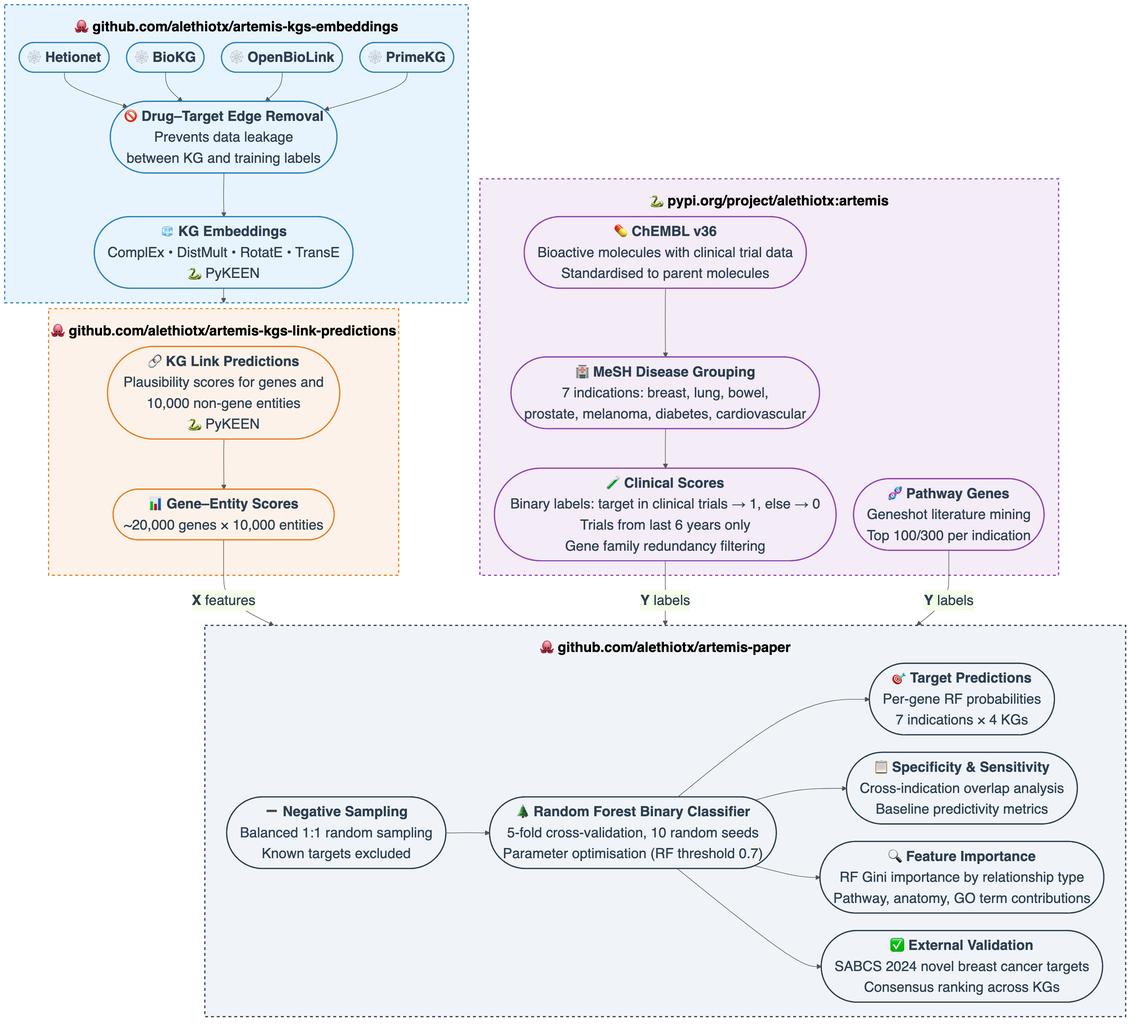
The Mermaid diagram workflow_figure.png in alethiotx/artemis-paper, before a commit. Its source is kept beside it as workflow_figure.mmd.
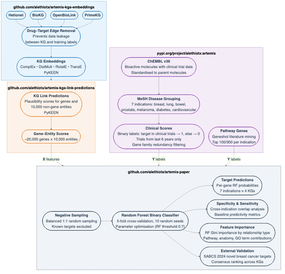
Above is the later version.

Commit message:
Update workflow figure files for improved clarity and consistency in visual representation

The edit, as a diff of the source:
```diff
@@ -2,36 +2,36 @@
 
 graph TD
 
-    subgraph EMBEDDINGS ["🐙 <b>github.com/alethiotx/artemis-kgs-embeddings</b>"]
-    KG1(["🕸️ <b>Hetionet</b>"])
-    KG2(["🕸️ <b>BioKG</b>"])
-    KG3(["🕸️ <b>OpenBioLink</b>"])
-    KG4(["🕸️ <b>PrimeKG</b>"])
-    LEAK(["🚫 <b>Drug–Target Edge Removal</b><br/>Prevents data leakage<br/>between KG and training labels"])
-    EMB(["🧊 <b>KG Embeddings</b><br/>ComplEx • DistMult • RotatE • TransE<br/>🐍 PyKEEN"])
+    subgraph EMBEDDINGS ["<b>github.com/alethiotx/artemis-kgs-embeddings</b>"]
+    KG1(["<b>Hetionet</b>"])
+    KG2(["<b>BioKG</b>"])
+    KG3(["<b>OpenBioLink</b>"])
+    KG4(["<b>PrimeKG</b>"])
+    LEAK(["<b>Drug–Target Edge Removal</b><br/>Prevents data leakage<br/>between KG and training labels"])
+    EMB(["<b>KG Embeddings</b><br/>ComplEx • DistMult • RotatE • TransE<br/>PyKEEN"])
     end
 
-    subgraph LINKPRED ["🐙 <b>github.com/alethiotx/artemis-kgs-link-predictions</b>"]
-    LP(["🔗 <b>KG Link Predictions</b><br/>Plausibility scores for genes and <br/>10,000 non-gene entities<br/>🐍 PyKEEN"])
+    subgraph LINKPRED ["<b>github.com/alethiotx/artemis-kgs-link-predictions</b>"]
+    LP(["<b>KG Link Predictions</b><br/>Plausibility scores for genes and <br/>10,000 non-gene entities<br/>PyKEEN"])
 
-    MATRIX(["📊 <b>Gene–Entity Scores</b><br/>~20,000 genes × 10,000 entities"])
+    MATRIX(["<b>Gene–Entity Scores</b><br/>~20,000 genes × 10,000 entities"])
     end
 
-    subgraph ALETHIOTX ["🐍 <b>pypi.org/project/alethiotx:artemis</b>"]
-    CHEMBL(["💊 <b>ChEMBL v36</b><br/>Bioactive molecules with clinical trial data<br/>Standardised to parent molecules"])
-    MESH(["🏥 <b>MeSH Disease Grouping</b><br/>7 indications: breast, lung, bowel,<br/>prostate, melanoma, diabetes, cardiovascular"])
-    CLIN(["🧪 <b>Clinical Scores</b><br/>Binary labels: target in clinical trials → 1, else → 0<br/>Trials from last 6 years only<br/>Gene family redundancy filtering"])
-    PATH(["🧬 <b>Pathway Genes</b><br/>Geneshot literature mining<br/>Top 100/300 per indication"])
+    subgraph ALETHIOTX ["<b>pypi.org/project/alethiotx:artemis</b>"]
+    CHEMBL(["<b>ChEMBL v36</b><br/>Bioactive molecules with clinical trial data<br/>Standardised to parent molecules"])
+    MESH(["<b>MeSH Disease Grouping</b><br/>7 indications: breast, lung, bowel,<br/>prostate, melanoma, diabetes, cardiovascular"])
+    CLIN(["<b>Clinical Scores</b><br/>Binary labels: target in clinical trials → 1, else → 0<br/>Trials from last 6 years only<br/>Gene family redundancy filtering"])
+    PATH(["<b>Pathway Genes</b><br/>Geneshot literature mining<br/>Top 100/300 per indication"])
     end
 
-    subgraph PAPER ["🐙 <b>github.com/alethiotx/artemis-paper</b>"]
-    NEG(["➖ <b>Negative Sampling</b><br/>Balanced 1:1 random sampling<br/>Known targets excluded"])
-    MODEL(["🌲 <b>Random Forest Binary Classifier</b><br/>5-fold cross-validation, 10 random seeds<br/>Parameter optimisation (RF threshold 0.7)"])
+    subgraph PAPER ["<b>github.com/alethiotx/artemis-paper</b>"]
+    NEG(["<b>Negative Sampling</b><br/>Balanced 1:1 random sampling<br/>Known targets excluded"])
+    MODEL(["<b>Random Forest Binary Classifier</b><br/>5-fold cross-validation, 10 random seeds<br/>Parameter optimisation (RF threshold 0.7)"])
 
-    O1(["🎯 <b>Target Predictions</b><br/>Per-gene RF probabilities<br/>7 indications × 4 KGs"])
-    O2(["📋 <b>Specificity & Sensitivity</b><br/>Cross-indication overlap analysis<br/>Baseline predictivity metrics"])
-    O4(["🔍 <b>Feature Importance</b><br/>RF Gini importance by relationship type<br/>Pathway, anatomy, GO term contributions"])
-    O3(["✅ <b>External Validation</b><br/>SABCS 2024 novel breast cancer targets<br/>Consensus ranking across KGs"])
+    O1(["<b>Target Predictions</b><br/>Per-gene RF probabilities<br/>7 indications × 4 KGs"])
+    O2(["<b>Specificity & Sensitivity</b><br/>Cross-indication overlap analysis<br/>Baseline predictivity metrics"])
+    O4(["<b>Feature Importance</b><br/>RF Gini importance by relationship type<br/>Pathway, anatomy, GO term contributions"])
+    O3(["<b>External Validation</b><br/>SABCS 2024 novel breast cancer targets<br/>Consensus ranking across KGs"])
     end
 
     KG1 --> LEAK
```
